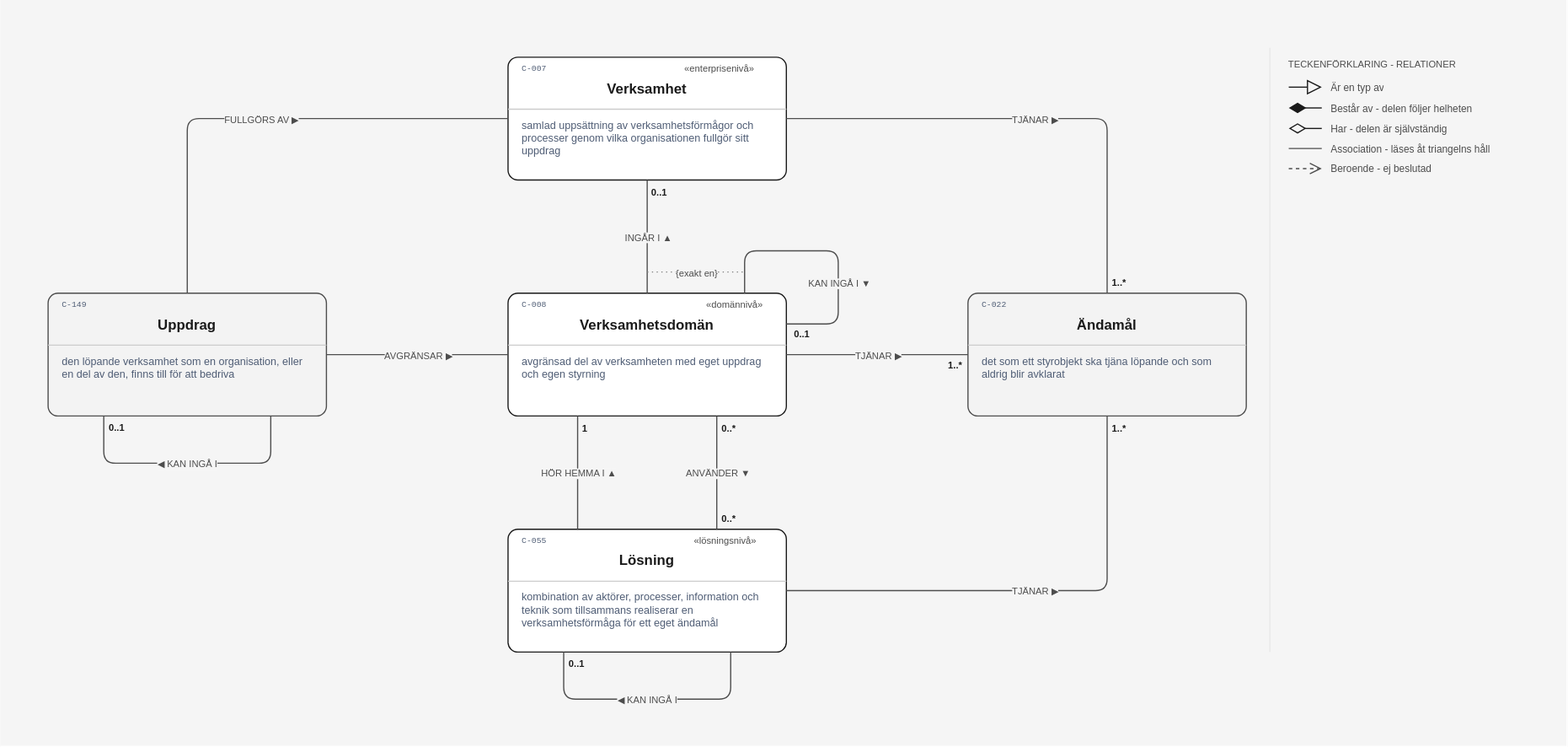
Before: layout/Arkitekturnivå.drawio.svg, a diagram exported from draw.io (nickdin/gestaltadet-katalog). Source tidied: cells renumbered, new cells last; positions are measured from the earlier drawing's top-left corner, leaving out a move shared by most shapes.
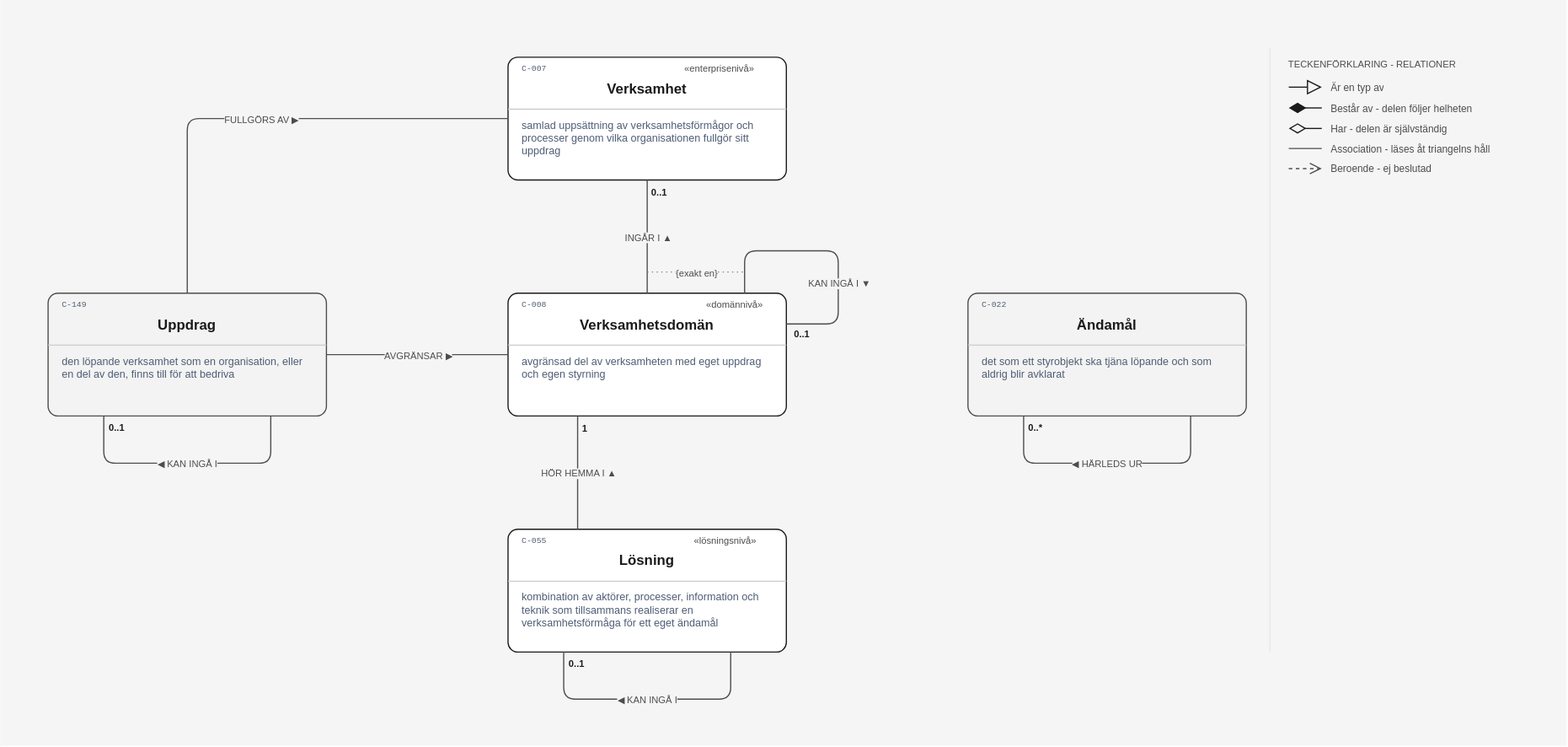
After the commit.

Commit message:
Ritningen Arkitekturnivå aktualiseras mot lagret: 0 pilar ändrade, 1 tillagd, 4 borttagna

Borttagna, eftersom lagret saknar relationen: Verksamhetsdomän (C-008) → Lösning (C-055) använder (#91), samt Verksamhet (C-007), Verksamhetsdomän (C-008) och Lösning (C-055) → Ändamål (C-022) tjänar (#90). Tillagd ur lagret: Ändamål (C-022) härleds ur Ändamål (C-022).

Stänger #74

Claude-Session: https://claude.ai/code/session_014hgawNBSmezrcKX8vMpay7

The edit, as a diff of the source:
```diff
@@ -167,22 +167,6 @@
         <mxPoint x="5.3" y="10" as="offset" />
       </mxGeometry>
     </mxCell>
-    <mxCell id="47" style="edgeStyle=orthogonalEdgeStyle;rounded=1;html=1;strokeColor=#4d4d4d;strokeWidth=1;endArrow=none;endSize=8;exitX=0.75;exitY=1;exitDx=0;exitDy=0;entryX=0.75;entryY=0;entryDx=0;entryDy=0;jumpStyle=line;" parent="1" edge="1" source="11" target="18">
-      <mxGeometry relative="1" as="geometry" />
-    </mxCell>
-    <mxCell id="48" value="ANVÄNDER ▼" style="edgeLabel;html=1;align=center;verticalAlign=middle;fontFamily=Helvetica;fontSize=8;fontColor=#4d4d4d;fontStyle=0;labelBackgroundColor=#f5f5f5;" parent="47" vertex="1">
-      <mxGeometry relative="1" as="geometry" />
-    </mxCell>
-    <mxCell id="49" value="0..*" style="edgeLabel;html=1;align=center;verticalAlign=middle;fontFamily=Helvetica;fontSize=8;fontColor=#1a1a1a;fontStyle=1;labelBackgroundColor=#f5f5f5;" parent="47" vertex="1">
-      <mxGeometry x="-1" relative="1" as="geometry">
-        <mxPoint x="9.2" y="10" as="offset" />
-      </mxGeometry>
-    </mxCell>
-    <mxCell id="50" value="0..*" style="edgeLabel;html=1;align=center;verticalAlign=middle;fontFamily=Helvetica;fontSize=8;fontColor=#1a1a1a;fontStyle=1;labelBackgroundColor=#f5f5f5;" parent="47" vertex="1">
-      <mxGeometry x="1" relative="1" as="geometry">
-        <mxPoint x="9.2" y="-10" as="offset" />
-      </mxGeometry>
-    </mxCell>
     <mxCell id="51" style="edgeStyle=orthogonalEdgeStyle;rounded=1;html=1;strokeColor=#4d4d4d;strokeWidth=1;endArrow=none;endSize=8;exitX=0.8;exitY=1;exitDx=0;exitDy=0;entryX=0.2;entryY=1;entryDx=0;entryDy=0;jumpStyle=line;" parent="1" edge="1" source="18" target="18">
       <mxGeometry relative="1" as="geometry">
         <Array as="points">
@@ -215,47 +199,6 @@
     <mxCell id="57" value="FULLGÖRS AV ▶" style="edgeLabel;html=1;align=center;verticalAlign=middle;fontFamily=Helvetica;fontSize=8;fontColor=#4d4d4d;fontStyle=0;labelBackgroundColor=#f5f5f5;" parent="56" vertex="1">
       <mxGeometry relative="1" as="geometry" />
     </mxCell>
-    <mxCell id="58" style="edgeStyle=orthogonalEdgeStyle;rounded=1;html=1;strokeColor=#4d4d4d;strokeWidth=1;endArrow=none;endSize=8;exitX=1;exitY=0.5;exitDx=0;exitDy=0;entryX=0.5;entryY=0;entryDx=0;entryDy=0;jumpStyle=line;" parent="1" edge="1" source="4" target="31">
-      <mxGeometry relative="1" as="geometry">
-        <Array as="points">
-          <mxPoint x="938" y="100" />
-        </Array>
-      </mxGeometry>
-    </mxCell>
-    <mxCell id="59" value="TJÄNAR ▶" style="edgeLabel;html=1;align=center;verticalAlign=middle;fontFamily=Helvetica;fontSize=8;fontColor=#4d4d4d;fontStyle=0;labelBackgroundColor=#f5f5f5;" parent="58" vertex="1">
-      <mxGeometry relative="1" as="geometry" />
-    </mxCell>
-    <mxCell id="60" value="1..*" style="edgeLabel;html=1;align=center;verticalAlign=middle;fontFamily=Helvetica;fontSize=8;fontColor=#1a1a1a;fontStyle=1;labelBackgroundColor=#f5f5f5;" parent="58" vertex="1">
-      <mxGeometry x="1" relative="1" as="geometry">
-        <mxPoint x="9.2" y="-10" as="offset" />
-      </mxGeometry>
-    </mxCell>
-    <mxCell id="61" style="edgeStyle=orthogonalEdgeStyle;rounded=1;html=1;strokeColor=#4d4d4d;strokeWidth=1;endArrow=none;endSize=8;exitX=1;exitY=0.5;exitDx=0;exitDy=0;entryX=0;entryY=0.5;entryDx=0;entryDy=0;jumpStyle=line;" parent="1" edge="1" source="11" target="31">
-      <mxGeometry relative="1" as="geometry" />
-    </mxCell>
-    <mxCell id="62" value="TJÄNAR ▶" style="edgeLabel;html=1;align=center;verticalAlign=middle;fontFamily=Helvetica;fontSize=8;fontColor=#4d4d4d;fontStyle=0;labelBackgroundColor=#f5f5f5;" parent="61" vertex="1">
-      <mxGeometry relative="1" as="geometry" />
-    </mxCell>
-    <mxCell id="63" value="1..*" style="edgeLabel;html=1;align=center;verticalAlign=middle;fontFamily=Helvetica;fontSize=8;fontColor=#1a1a1a;fontStyle=1;labelBackgroundColor=#f5f5f5;" parent="61" vertex="1">
-      <mxGeometry x="1" relative="1" as="geometry">
-        <mxPoint x="-11.2" y="8" as="offset" />
-      </mxGeometry>
-    </mxCell>
-    <mxCell id="64" style="edgeStyle=orthogonalEdgeStyle;rounded=1;html=1;strokeColor=#4d4d4d;strokeWidth=1;endArrow=none;endSize=8;exitX=1;exitY=0.5;exitDx=0;exitDy=0;entryX=0.5;entryY=1;entryDx=0;entryDy=0;jumpStyle=line;" parent="1" edge="1" source="18" target="31">
-      <mxGeometry relative="1" as="geometry">
-        <Array as="points">
-          <mxPoint x="938" y="500" />
-        </Array>
-      </mxGeometry>
-    </mxCell>
-    <mxCell id="65" value="TJÄNAR ▶" style="edgeLabel;html=1;align=center;verticalAlign=middle;fontFamily=Helvetica;fontSize=8;fontColor=#4d4d4d;fontStyle=0;labelBackgroundColor=#f5f5f5;" parent="64" vertex="1">
-      <mxGeometry relative="1" as="geometry" />
-    </mxCell>
-    <mxCell id="66" value="1..*" style="edgeLabel;html=1;align=center;verticalAlign=middle;fontFamily=Helvetica;fontSize=8;fontColor=#1a1a1a;fontStyle=1;labelBackgroundColor=#f5f5f5;" parent="64" vertex="1">
-      <mxGeometry x="1" relative="1" as="geometry">
-        <mxPoint x="9.2" y="10" as="offset" />
-      </mxGeometry>
-    </mxCell>
     <mxCell id="67" value="TECKENFÖRKLARING - RELATIONER" style="text;html=1;strokeColor=none;fillColor=none;align=left;verticalAlign=middle;whiteSpace=wrap;overflow=hidden;fontFamily=Helvetica;fontSize=8;fontColor=#4d4d4d;fontStyle=0;spacing=0;" parent="1" vertex="1">
       <mxGeometry x="1092" y="48" width="161.1" height="12" as="geometry" />
     </mxCell>
@@ -326,5 +269,21 @@
         <mxPoint x="9.9" y="10" as="offset" />
       </mxGeometry>
     </mxCell>
+    <mxCell id="82" style="edgeStyle=orthogonalEdgeStyle;rounded=1;html=1;strokeColor=#4d4d4d;strokeWidth=1;endArrow=none;endSize=8;exitX=0.8;exitY=1;exitDx=0;exitDy=0;entryX=0.2;entryY=1;entryDx=0;entryDy=0;jumpStyle=line;" parent="1" edge="1" source="31" target="31">
+      <mxGeometry relative="1" as="geometry">
+        <Array as="points">
+          <mxPoint x="1008.8" y="392" />
+          <mxPoint x="867.2" y="392" />
+        </Array>
+      </mxGeometry>
+    </mxCell>
+    <mxCell id="83" value="◀ HÄRLEDS UR" style="edgeLabel;html=1;align=center;verticalAlign=middle;fontFamily=Helvetica;fontSize=8;fontColor=#4d4d4d;fontStyle=0;labelBackgroundColor=#f5f5f5;" parent="82" vertex="1">
+      <mxGeometry relative="1" as="geometry" />
+    </mxCell>
+    <mxCell id="84" value="0..*" style="edgeLabel;html=1;align=center;verticalAlign=middle;fontFamily=Helvetica;fontSize=8;fontColor=#1a1a1a;fontStyle=1;labelBackgroundColor=#f5f5f5;" parent="82" vertex="1">
+      <mxGeometry x="1" relative="1" as="geometry">
+        <mxPoint x="9.2" y="10" as="offset" />
+      </mxGeometry>
+    </mxCell>
   </root>
 </mxGraphModel>
```
